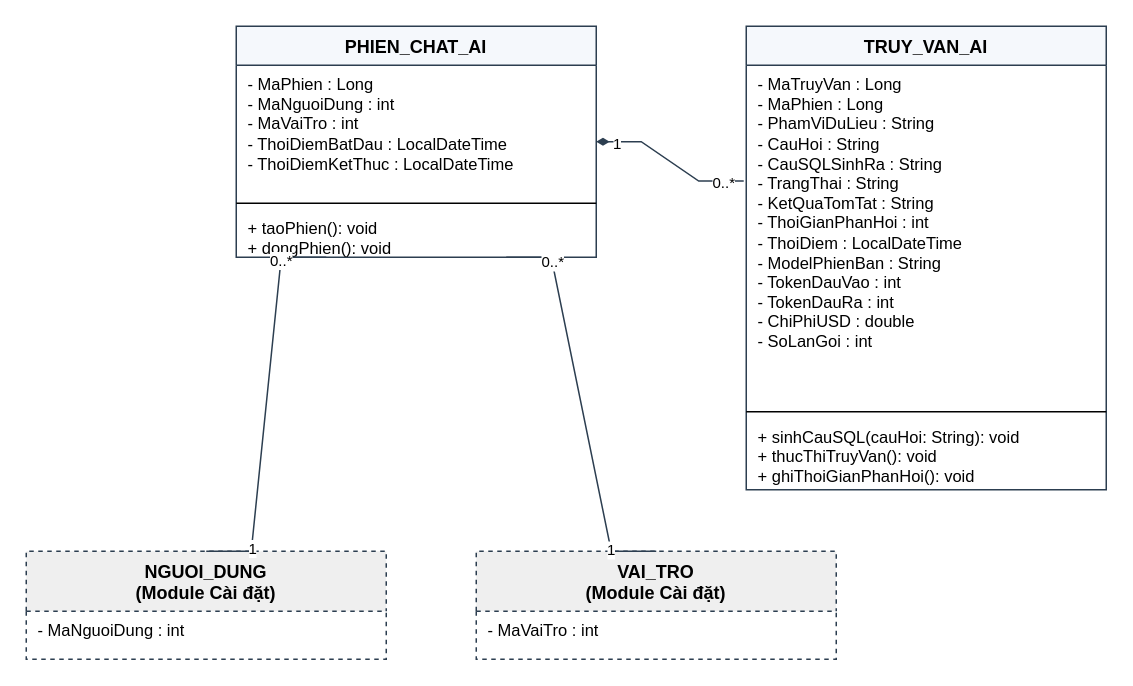
The draw.io diagram page "AI Assistant" (6 of 17) of docs/So_do/ClassDiagram_HeThongQuanLyNhaHang.drawio in nminhzzz/restaurant-management-ai, before the edit. Source tidied: cells renumbered, new cells numbered last; positions are measured from the earlier drawing's top-left corner, leaving out a move shared by most shapes. Both pictures are drawn from the tidied source at 150%, with x=0, y=0 at pixel (26, 26).
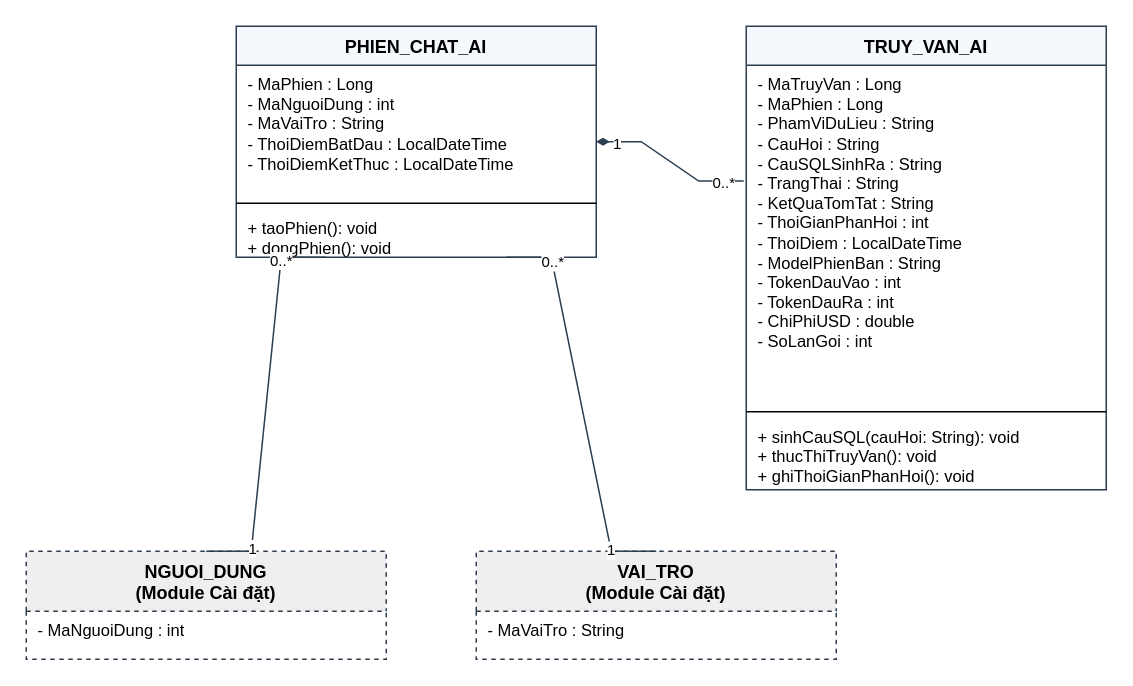
The same diagram, later.

The change refers to these unchanged cells:
```xml
<mxCell id="4" value="VAI_TRO&lt;br&gt;(Module Cài đặt)" style="swimlane;fontStyle=1;align=center;verticalAlign=top;horizontal=1;startSize=40;whiteSpace=wrap;html=1;fillColor=#EFEFEF;strokeColor=#2C3E50;dashed=1;fontSize=12;" parent="1" vertex="1">
  <mxGeometry x="300" y="350" width="240" height="72" as="geometry" />
</mxCell>
<mxCell id="6" value="PHIEN_CHAT_AI" style="swimlane;fontStyle=1;align=center;verticalAlign=top;horizontal=1;startSize=26;whiteSpace=wrap;html=1;fillColor=#F5F8FC;strokeColor=#2C3E50;dashed=0;fontSize=12;" parent="1" vertex="1">
  <mxGeometry x="140" width="240" height="154" as="geometry" />
</mxCell>
```

The edit, as a diff of the source:
```diff
@@
-    <mxCell id="5" value="- MaVaiTro : int" style="text;align=left;verticalAlign=top;spacingLeft=6;spacingRight=4;overflow=hidden;whiteSpace=wrap;html=1;fontSize=11;" parent="4" vertex="1">
+    <mxCell id="5" value="- MaVaiTro : String" style="text;align=left;verticalAlign=top;spacingLeft=6;spacingRight=4;overflow=hidden;whiteSpace=wrap;html=1;fontSize=11;" parent="4" vertex="1">
       <mxGeometry y="40" width="240" height="24" as="geometry" />
     </mxCell>
@@
-    <mxCell id="7" value="- MaPhien : Long&lt;br&gt;- MaNguoiDung : int&lt;br&gt;- MaVaiTro : int&lt;br&gt;- ThoiDiemBatDau : LocalDateTime&lt;br&gt;- ThoiDiemKetThuc : LocalDateTime" style="text;align=left;verticalAlign=top;spacingLeft=6;spacingRight=4;overflow=hidden;whiteSpace=wrap;html=1;fontSize=11;" parent="6" vertex="1">
+    <mxCell id="7" value="- MaPhien : Long&lt;br&gt;- MaNguoiDung : int&lt;br&gt;- MaVaiTro : String&lt;br&gt;- ThoiDiemBatDau : LocalDateTime&lt;br&gt;- ThoiDiemKetThuc : LocalDateTime" style="text;align=left;verticalAlign=top;spacingLeft=6;spacingRight=4;overflow=hidden;whiteSpace=wrap;html=1;fontSize=11;" parent="6" vertex="1">
       <mxGeometry y="26" width="240" height="88" as="geometry" />
     </mxCell>
```
